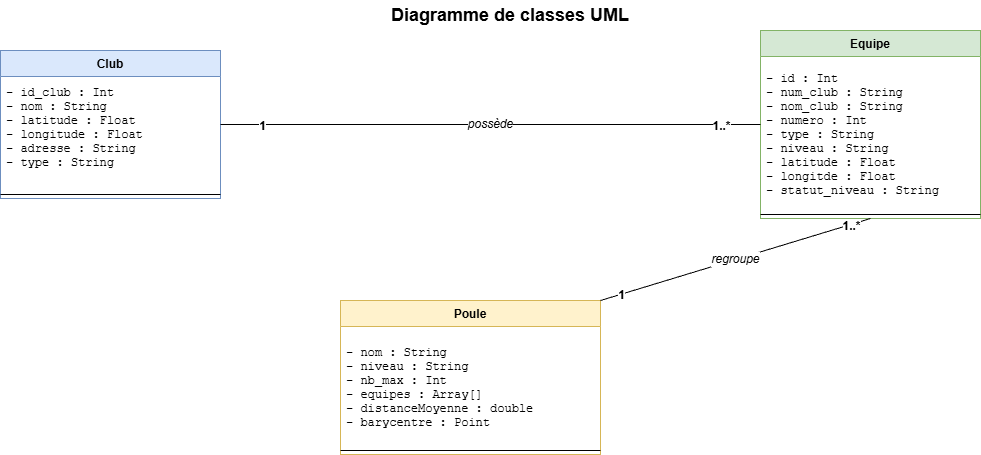
Above: diagramme_de_classe.png in AxelBT/TER_2026_Constitution_de_poules_sportives (draw.io), before the change. Source tidied: cells renumbered, new cells last; positions are measured from the earlier drawing's top-left corner, leaving out a move shared by most shapes. The source it was exported from:
```xml
<mxGraphModel>
  <root>
    <mxCell id="0" />
    <mxCell id="1" parent="0" />
    <mxCell id="2" value="Club" style="swimlane;fontStyle=1;align=center;verticalAlign=top;horizontal=1;startSize=26;horizontalStackResize=0;swimlaneFillColor=#ffffff;fillColor=#dae8fc;strokeColor=#6c8ebf;" parent="1" vertex="1">
      <mxGeometry y="50" width="220" height="148" as="geometry" />
    </mxCell>
    <mxCell id="3" value="- id_club : Int&#10;- nom : String&#10;- latitude : Float&#10;- longitude : Float&#10;- adresse : String&#10;- type : String&#10;" style="text;strokeColor=none;fillColor=none;align=left;verticalAlign=middle;spacingLeft=4;spacingRight=4;overflow=hidden;fontSize=12;fontFamily=Courier New;" parent="2" vertex="1">
      <mxGeometry y="26" width="220" height="114" as="geometry" />
    </mxCell>
    <mxCell id="4" style="line;strokeWidth=1;fillColor=none;align=left;verticalAlign=middle;spacingTop=-1;spacingLeft=3;spacingRight=3;labelPosition=right;" parent="2" vertex="1">
      <mxGeometry y="140" width="220" height="8" as="geometry" />
    </mxCell>
    <mxCell id="5" value="Equipe" style="swimlane;fontStyle=1;align=center;verticalAlign=top;horizontal=1;startSize=26;horizontalStackResize=0;swimlaneFillColor=#ffffff;fillColor=#d5e8d4;strokeColor=#82b366;" parent="1" vertex="1">
      <mxGeometry x="760" y="30" width="220" height="188" as="geometry" />
    </mxCell>
    <mxCell id="6" value="- id : Int&#10;- num_club : String&#10;- nom_club : String&#10;- numero : Int&#10;- type : String&#10;- niveau : String&#10;- latitude : Float&#10;- longitde : Float&#10;- statut_niveau : String" style="text;strokeColor=none;fillColor=none;align=left;verticalAlign=middle;spacingLeft=4;spacingRight=4;overflow=hidden;fontSize=12;fontFamily=Courier New;" parent="5" vertex="1">
      <mxGeometry y="26" width="220" height="154" as="geometry" />
    </mxCell>
    <mxCell id="7" style="line;strokeWidth=1;fillColor=none;align=left;verticalAlign=middle;spacingTop=-1;spacingLeft=3;spacingRight=3;labelPosition=right;" parent="5" vertex="1">
      <mxGeometry y="180" width="220" height="8" as="geometry" />
    </mxCell>
    <mxCell id="8" value="Poule" style="swimlane;fontStyle=1;align=center;verticalAlign=top;horizontal=1;startSize=26;horizontalStackResize=0;swimlaneFillColor=#ffffff;fillColor=#fff2cc;strokeColor=#d6b656;" parent="1" vertex="1">
      <mxGeometry x="340" y="300" width="260" height="154" as="geometry" />
    </mxCell>
    <mxCell id="9" value="- nom : String&#10;- niveau : String&#10;- nb_max : Int&#10;- equipes : Array[]&#10;- distanceMoyenne : double&#10;- barycentre : Point" style="text;strokeColor=none;fillColor=none;align=left;verticalAlign=middle;spacingLeft=4;spacingRight=4;overflow=hidden;fontSize=12;fontFamily=Courier New;" parent="8" vertex="1">
      <mxGeometry y="26" width="260" height="120" as="geometry" />
    </mxCell>
    <mxCell id="10" style="line;strokeWidth=1;fillColor=none;align=left;verticalAlign=middle;spacingTop=-1;spacingLeft=3;spacingRight=3;labelPosition=right;" parent="8" vertex="1">
      <mxGeometry y="146" width="260" height="8" as="geometry" />
    </mxCell>
    <mxCell id="11" value="possède" style="endArrow=none;html=1;rounded=0;fontSize=12;fontStyle=2;exitX=1;exitY=0.5;exitDx=0;exitDy=0;entryX=0;entryY=0.5;entryDx=0;entryDy=0;" parent="1" edge="1" source="2" target="5">
      <mxGeometry relative="1" as="geometry" />
    </mxCell>
    <mxCell id="12" value="1" style="edgeLabel;html=1;align=center;verticalAlign=middle;fontSize=12;fontStyle=1;" parent="11" vertex="1">
      <mxGeometry x="-0.85" y="-1" relative="1" as="geometry" />
    </mxCell>
    <mxCell id="13" value="1..*" style="edgeLabel;html=1;align=center;verticalAlign=middle;fontSize=12;fontStyle=1;" parent="11" vertex="1">
      <mxGeometry x="0.85" y="-1" relative="1" as="geometry" />
    </mxCell>
    <mxCell id="14" value="regroupe" style="endArrow=none;html=1;rounded=0;fontSize=12;fontStyle=2;exitX=1;exitY=0;exitDx=0;exitDy=0;entryX=0.5;entryY=1;entryDx=0;entryDy=0;" parent="1" edge="1" source="8" target="5">
      <mxGeometry relative="1" as="geometry" />
    </mxCell>
    <mxCell id="15" value="1" style="edgeLabel;html=1;align=center;verticalAlign=middle;fontSize=12;fontStyle=1;" parent="14" vertex="1">
      <mxGeometry x="-0.85" y="-1" relative="1" as="geometry" />
    </mxCell>
    <mxCell id="16" value="1..*" style="edgeLabel;html=1;align=center;verticalAlign=middle;fontSize=12;fontStyle=1;" parent="14" vertex="1">
      <mxGeometry x="0.85" y="-1" relative="1" as="geometry" />
    </mxCell>
    <mxCell id="17" value="Diagramme de classes UML" style="text;html=1;strokeColor=none;fillColor=none;align=center;verticalAlign=middle;whiteSpace=wrap;rounded=0;fontSize=18;fontStyle=1;" parent="1" vertex="1">
      <mxGeometry x="360" width="300" height="30" as="geometry" />
    </mxCell>
  </root>
</mxGraphModel>
```
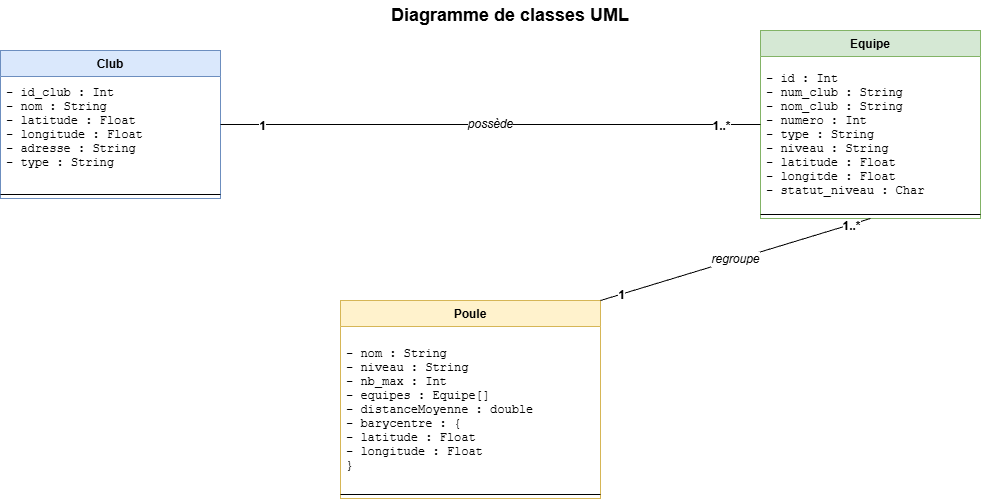
After the change.

Commit message:
'correction parsing club  nom des colonnes au lieu des index'

Diff of the diagram source:
```diff
@@ -14,20 +14,20 @@
     <mxCell id="5" value="Equipe" style="swimlane;fontStyle=1;align=center;verticalAlign=top;horizontal=1;startSize=26;horizontalStackResize=0;swimlaneFillColor=#ffffff;fillColor=#d5e8d4;strokeColor=#82b366;" parent="1" vertex="1">
       <mxGeometry x="760" y="30" width="220" height="188" as="geometry" />
     </mxCell>
-    <mxCell id="6" value="- id : Int&#10;- num_club : String&#10;- nom_club : String&#10;- numero : Int&#10;- type : String&#10;- niveau : String&#10;- latitude : Float&#10;- longitde : Float&#10;- statut_niveau : String" style="text;strokeColor=none;fillColor=none;align=left;verticalAlign=middle;spacingLeft=4;spacingRight=4;overflow=hidden;fontSize=12;fontFamily=Courier New;" parent="5" vertex="1">
+    <mxCell id="6" value="- id : Int&#10;- num_club : String&#10;- nom_club : String&#10;- numero : Int&#10;- type : String&#10;- niveau : String&#10;- latitude : Float&#10;- longitde : Float&#10;- statut_niveau : Char" style="text;strokeColor=none;fillColor=none;align=left;verticalAlign=middle;spacingLeft=4;spacingRight=4;overflow=hidden;fontSize=12;fontFamily=Courier New;" parent="5" vertex="1">
       <mxGeometry y="26" width="220" height="154" as="geometry" />
     </mxCell>
     <mxCell id="7" style="line;strokeWidth=1;fillColor=none;align=left;verticalAlign=middle;spacingTop=-1;spacingLeft=3;spacingRight=3;labelPosition=right;" parent="5" vertex="1">
       <mxGeometry y="180" width="220" height="8" as="geometry" />
     </mxCell>
     <mxCell id="8" value="Poule" style="swimlane;fontStyle=1;align=center;verticalAlign=top;horizontal=1;startSize=26;horizontalStackResize=0;swimlaneFillColor=#ffffff;fillColor=#fff2cc;strokeColor=#d6b656;" parent="1" vertex="1">
-      <mxGeometry x="340" y="300" width="260" height="154" as="geometry" />
+      <mxGeometry x="340" y="300" width="260" height="198" as="geometry" />
     </mxCell>
-    <mxCell id="9" value="- nom : String&#10;- niveau : String&#10;- nb_max : Int&#10;- equipes : Array[]&#10;- distanceMoyenne : double&#10;- barycentre : Point" style="text;strokeColor=none;fillColor=none;align=left;verticalAlign=middle;spacingLeft=4;spacingRight=4;overflow=hidden;fontSize=12;fontFamily=Courier New;" parent="8" vertex="1">
-      <mxGeometry y="26" width="260" height="120" as="geometry" />
+    <mxCell id="9" value="- nom : String&#10;- niveau : String&#10;- nb_max : Int&#10;- equipes : Equipe[]&#10;- distanceMoyenne : double&#10;- barycentre : {&#10;- latitude : Float&#10;- longitude : Float&#10;}" style="text;strokeColor=none;fillColor=none;align=left;verticalAlign=middle;spacingLeft=4;spacingRight=4;overflow=hidden;fontSize=12;fontFamily=Courier New;" parent="8" vertex="1">
+      <mxGeometry y="26" width="260" height="164" as="geometry" />
     </mxCell>
     <mxCell id="10" style="line;strokeWidth=1;fillColor=none;align=left;verticalAlign=middle;spacingTop=-1;spacingLeft=3;spacingRight=3;labelPosition=right;" parent="8" vertex="1">
-      <mxGeometry y="146" width="260" height="8" as="geometry" />
+      <mxGeometry y="190" width="260" height="8" as="geometry" />
     </mxCell>
     <mxCell id="11" value="possède" style="endArrow=none;html=1;rounded=0;fontSize=12;fontStyle=2;exitX=1;exitY=0.5;exitDx=0;exitDy=0;entryX=0;entryY=0.5;entryDx=0;entryDy=0;" parent="1" edge="1" source="2" target="5">
       <mxGeometry relative="1" as="geometry" />
```
